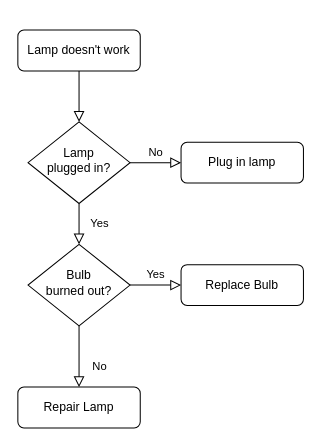
The draw.io diagram 未命名绘图.drawio in Capricorn0010/untitled, before the edit. Source tidied: cells renumbered, new cells numbered last; positions are measured from the earlier drawing's top-left corner, leaving out a move shared by most shapes. Both pictures are drawn from the tidied source at 102%, with x=0, y=0 at pixel (17, 30).
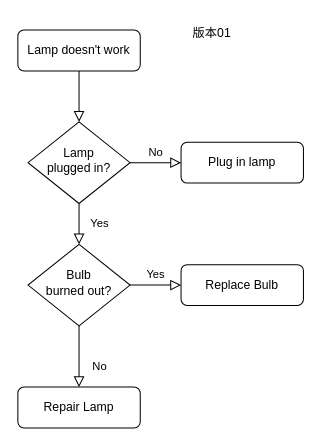
The same page after the edit.

Commit message:
更新未命名绘图.drawio

Diff of the diagram source:
```diff
@@
 <mxGraphModel>
   <root>
     <mxCell id="0" />
     <mxCell id="1" parent="0" />
     <mxCell id="2" style="rounded=0;html=1;jettySize=auto;fontSize=11;endArrow=block;endFill=0;endSize=8;strokeWidth=1;shadow=0;labelBackgroundColor=none;edgeStyle=orthogonalEdgeStyle;" parent="1" edge="1" source="3" target="6">
       <mxGeometry relative="1" as="geometry" />
     </mxCell>
     <mxCell id="3" value="Lamp doesn't work" style="rounded=1;whiteSpace=wrap;html=1;fontSize=12;glass=0;strokeWidth=1;shadow=0;" parent="1" vertex="1">
       <mxGeometry width="120" height="40" as="geometry" />
     </mxCell>
     <mxCell id="4" value="Yes" style="rounded=0;html=1;jettySize=auto;fontSize=11;endArrow=block;endFill=0;endSize=8;strokeWidth=1;shadow=0;labelBackgroundColor=none;edgeStyle=orthogonalEdgeStyle;" parent="1" edge="1" source="6" target="10">
       <mxGeometry y="20" relative="1" as="geometry" />
     </mxCell>
     <mxCell id="5" value="No" style="edgeStyle=orthogonalEdgeStyle;rounded=0;html=1;jettySize=auto;fontSize=11;endArrow=block;endFill=0;endSize=8;strokeWidth=1;shadow=0;labelBackgroundColor=none;" parent="1" edge="1" source="6" target="7">
       <mxGeometry y="10" relative="1" as="geometry" />
     </mxCell>
     <mxCell id="6" value="Lamp&lt;br&gt;plugged in?" style="rhombus;whiteSpace=wrap;html=1;shadow=0;fontFamily=Helvetica;fontSize=12;align=center;strokeWidth=1;spacing=6;spacingTop=-4;" parent="1" vertex="1">
       <mxGeometry x="10" y="90" width="100" height="80" as="geometry" />
     </mxCell>
     <mxCell id="7" value="Plug in lamp" style="rounded=1;whiteSpace=wrap;html=1;fontSize=12;glass=0;strokeWidth=1;shadow=0;" parent="1" vertex="1">
       <mxGeometry x="160" y="110" width="120" height="40" as="geometry" />
     </mxCell>
     <mxCell id="8" value="No" style="rounded=0;html=1;jettySize=auto;fontSize=11;endArrow=block;endFill=0;endSize=8;strokeWidth=1;shadow=0;labelBackgroundColor=none;edgeStyle=orthogonalEdgeStyle;" parent="1" edge="1" source="10" target="11">
       <mxGeometry x="0.33" y="20" relative="1" as="geometry" />
     </mxCell>
     <mxCell id="9" value="Yes" style="edgeStyle=orthogonalEdgeStyle;rounded=0;html=1;jettySize=auto;fontSize=11;endArrow=block;endFill=0;endSize=8;strokeWidth=1;shadow=0;labelBackgroundColor=none;" parent="1" edge="1" source="10" target="12">
       <mxGeometry y="10" relative="1" as="geometry" />
     </mxCell>
     <mxCell id="10" value="Bulb&lt;br&gt;burned out?" style="rhombus;whiteSpace=wrap;html=1;shadow=0;fontFamily=Helvetica;fontSize=12;align=center;strokeWidth=1;spacing=6;spacingTop=-4;" parent="1" vertex="1">
       <mxGeometry x="10" y="210" width="100" height="80" as="geometry" />
     </mxCell>
     <mxCell id="11" value="Repair Lamp" style="rounded=1;whiteSpace=wrap;html=1;fontSize=12;glass=0;strokeWidth=1;shadow=0;" parent="1" vertex="1">
       <mxGeometry y="350" width="120" height="40" as="geometry" />
     </mxCell>
     <mxCell id="12" value="Replace Bulb" style="rounded=1;whiteSpace=wrap;html=1;fontSize=12;glass=0;strokeWidth=1;shadow=0;" parent="1" vertex="1">
       <mxGeometry x="160" y="230" width="120" height="40" as="geometry" />
     </mxCell>
+    <mxCell id="13" value="版本01" style="text;html=1;align=center;verticalAlign=middle;strokeColor=none;fillColor=none;" parent="1" vertex="1">
+      <mxGeometry x="160" y="-12" width="60" height="30" as="geometry" />
+    </mxCell>
   </root>
 </mxGraphModel>
```
